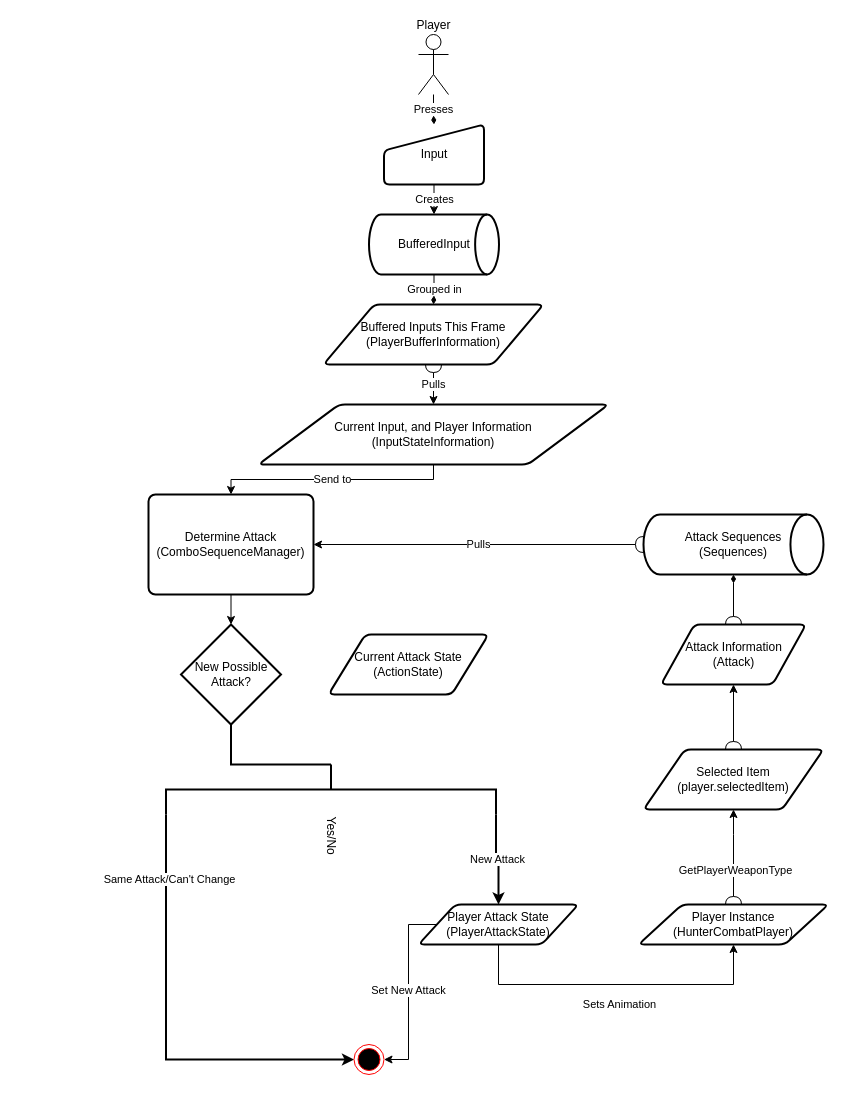
Above: AttackFlowChart.drawio in Gingerbreadman32/HunterCombatMR (draw.io), before the change. Source tidied: cells renumbered, new cells numbered last; positions are measured from the earlier drawing's top-left corner, leaving out a move shared by most shapes. Both pictures are drawn from the tidied source at 100%, with x=0, y=0 at pixel (148, 34).
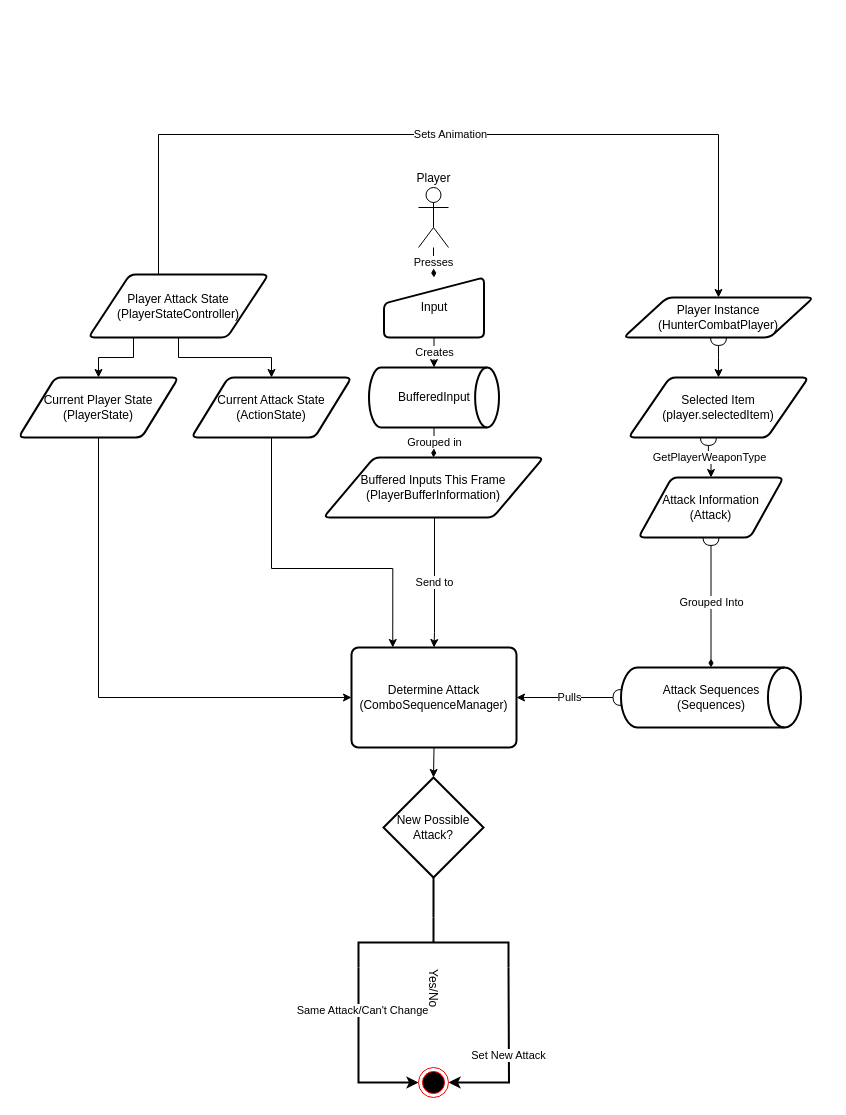
The same diagram, later.

Change to the diagram source:
```diff
@@
     <mxCell id="3" value="Player" style="shape=umlActor;verticalLabelPosition=top;verticalAlign=bottom;html=1;outlineConnect=0;labelPosition=center;align=center;" parent="1" vertex="1">
-      <mxGeometry x="270" width="30" height="60" as="geometry" />
+      <mxGeometry x="270" y="153" width="30" height="60" as="geometry" />
     </mxCell>
@@
     <mxCell id="5" value="Input" style="html=1;strokeWidth=2;shape=manualInput;whiteSpace=wrap;rounded=1;size=26;arcSize=11;" parent="1" vertex="1">
-      <mxGeometry x="235.5" y="90" width="100" height="60" as="geometry" />
+      <mxGeometry x="235.5" y="243" width="100" height="60" as="geometry" />
     </mxCell>
-    <mxCell id="6" style="edgeStyle=orthogonalEdgeStyle;rounded=0;jettySize=auto;html=1;entryX=0.5;entryY=1;entryDx=0;entryDy=0;startArrow=halfCircle;startFill=0;endArrow=classic;endFill=1;" parent="1" edge="1" source="9" target="22">
+    <mxCell id="6" value="GetPlayerWeaponType" style="edgeStyle=orthogonalEdgeStyle;rounded=0;jettySize=auto;html=1;entryX=0.5;entryY=0;entryDx=0;entryDy=0;startArrow=halfCircle;startFill=0;endArrow=classic;endFill=1;exitX=0.444;exitY=1;exitDx=0;exitDy=0;exitPerimeter=0;" parent="1" edge="1" source="9" target="22">
       <mxGeometry relative="1" as="geometry" />
     </mxCell>
-    <mxCell id="7" style="edgeStyle=orthogonalEdgeStyle;rounded=0;jettySize=auto;html=1;entryX=0.5;entryY=0;entryDx=0;entryDy=0;startArrow=classic;startFill=1;endArrow=halfCircle;endFill=0;" parent="1" edge="1" source="9" target="23">
+    <mxCell id="7" style="edgeStyle=orthogonalEdgeStyle;rounded=0;jettySize=auto;html=1;entryX=0.5;entryY=1;entryDx=0;entryDy=0;startArrow=classic;startFill=1;endArrow=halfCircle;endFill=0;exitX=0.5;exitY=0;exitDx=0;exitDy=0;" parent="1" edge="1" source="9" target="23">
       <mxGeometry relative="1" as="geometry">
         <Array as="points">
-          <mxPoint x="585" y="800" />
-          <mxPoint x="585" y="800" />
+          <mxPoint x="570" y="323" />
+          <mxPoint x="570" y="323" />
         </Array>
       </mxGeometry>
     </mxCell>
-    <mxCell id="8" value="GetPlayerWeaponType" style="edgeLabel;html=1;align=center;verticalAlign=middle;" parent="7" vertex="1">
-      <mxGeometry x="0.26" y="1" relative="1" as="geometry" />
-    </mxCell>
     <mxCell id="9" value="Selected Item&lt;br&gt;(player.selectedItem)" style="shape=parallelogram;html=1;strokeWidth=2;perimeter=parallelogramPerimeter;whiteSpace=wrap;rounded=1;arcSize=12;size=0.23;" parent="1" vertex="1">
-      <mxGeometry x="495" y="715" width="180" height="60" as="geometry" />
+      <mxGeometry x="480" y="343" width="180" height="60" as="geometry" />
     </mxCell>
@@
     <mxCell id="11" value="Attack Sequences&lt;br&gt;(Sequences)" style="strokeWidth=2;html=1;shape=mxgraph.flowchart.direct_data;whiteSpace=wrap;" parent="1" vertex="1">
-      <mxGeometry x="495" y="480" width="180" height="60" as="geometry" />
+      <mxGeometry x="472.5" y="633" width="180" height="60" as="geometry" />
     </mxCell>
@@
     <mxCell id="13" value="BufferedInput" style="strokeWidth=2;html=1;shape=mxgraph.flowchart.direct_data;whiteSpace=wrap;fontFamily=Helvetica;fontSize=12;fontColor=#000000;align=center;strokeColor=#000000;fillColor=#ffffff;" parent="1" vertex="1">
-      <mxGeometry x="220.5" y="180" width="130" height="60" as="geometry" />
+      <mxGeometry x="220.5" y="333" width="130" height="60" as="geometry" />
     </mxCell>
@@
     <mxCell id="15" value="Determine Attack&lt;br&gt;(ComboSequenceManager)" style="rounded=1;whiteSpace=wrap;html=1;absoluteArcSize=1;arcSize=14;strokeWidth=2;" parent="1" vertex="1">
-      <mxGeometry y="460" width="165" height="100" as="geometry" />
+      <mxGeometry x="203" y="613" width="165" height="100" as="geometry" />
     </mxCell>
-    <mxCell id="16" value="Sets Animation" style="edgeStyle=orthogonalEdgeStyle;rounded=0;jettySize=auto;html=1;entryX=0.5;entryY=1;entryDx=0;entryDy=0;exitX=0.5;exitY=1;exitDx=0;exitDy=0;" parent="1" edge="1" source="18" target="23">
-      <mxGeometry x="0.02" y="-20" relative="1" as="geometry">
+    <mxCell id="16" value="Sets Animation" style="edgeStyle=orthogonalEdgeStyle;rounded=0;jettySize=auto;html=1;endArrow=classic;endFill=1;strokeWidth=1;entryX=0.5;entryY=0;entryDx=0;entryDy=0;" parent="1" edge="1" source="18" target="23">
+      <mxGeometry relative="1" as="geometry">
         <Array as="points">
-          <mxPoint x="350" y="950" />
-          <mxPoint x="585" y="950" />
+          <mxPoint x="10" y="100" />
+          <mxPoint x="570" y="100" />
         </Array>
       </mxGeometry>
     </mxCell>
-    <mxCell id="17" value="Set New Attack" style="edgeStyle=orthogonalEdgeStyle;rounded=0;jettySize=auto;html=1;startArrow=none;startFill=0;endArrow=classic;endFill=1;entryX=1;entryY=0.5;entryDx=0;entryDy=0;exitX=0;exitY=0.5;exitDx=0;exitDy=0;" parent="1" edge="1" source="18" target="32">
-      <mxGeometry relative="1" as="geometry">
-        <Array as="points">
-          <mxPoint x="260" y="890" />
-          <mxPoint x="260" y="1025" />
-        </Array>
-      </mxGeometry>
-    </mxCell>
+    <mxCell id="34" style="edgeStyle=orthogonalEdgeStyle;rounded=0;jettySize=auto;html=1;entryX=0.5;entryY=0;entryDx=0;entryDy=0;endArrow=classic;endFill=1;strokeWidth=1;exitX=0.25;exitY=1;exitDx=0;exitDy=0;" parent="1" edge="1" source="18" target="38">
+      <mxGeometry relative="1" as="geometry" />
+    </mxCell>
+    <mxCell id="35" style="edgeStyle=orthogonalEdgeStyle;rounded=0;jettySize=auto;html=1;entryX=0.5;entryY=0;entryDx=0;entryDy=0;startArrow=none;startFill=0;endArrow=classic;endFill=1;strokeWidth=1;" parent="1" edge="1" source="18" target="33">
+      <mxGeometry relative="1" as="geometry" />
+    </mxCell>
-    <mxCell id="18" value="Player Attack State&lt;br&gt;(PlayerAttackState)" style="shape=parallelogram;html=1;strokeWidth=2;perimeter=parallelogramPerimeter;whiteSpace=wrap;rounded=1;arcSize=12;size=0.23;" parent="1" vertex="1">
-      <mxGeometry x="270" y="870" width="160" height="40" as="geometry" />
+    <mxCell id="18" value="Player Attack State&lt;br&gt;(PlayerStateController)" style="shape=parallelogram;html=1;strokeWidth=2;perimeter=parallelogramPerimeter;whiteSpace=wrap;rounded=1;arcSize=12;size=0.23;" parent="1" vertex="1">
+      <mxGeometry x="-60" y="240" width="180" height="63" as="geometry" />
     </mxCell>
-    <mxCell id="19" value="Pulls" style="edgeStyle=orthogonalEdgeStyle;rounded=0;jettySize=auto;html=1;endArrow=classic;endFill=1;startArrow=halfCircle;startFill=0;" parent="1" edge="1" source="20" target="31">
-      <mxGeometry relative="1" as="geometry" />
-    </mxCell>
     <mxCell id="20" value="Buffered Inputs This Frame&lt;br&gt;(PlayerBufferInformation)" style="shape=parallelogram;html=1;strokeWidth=2;perimeter=parallelogramPerimeter;whiteSpace=wrap;rounded=1;arcSize=12;size=0.23;" parent="1" vertex="1">
-      <mxGeometry x="175" y="270" width="220" height="60" as="geometry" />
+      <mxGeometry x="175" y="423" width="220" height="60" as="geometry" />
     </mxCell>
-    <mxCell id="21" style="edgeStyle=orthogonalEdgeStyle;rounded=0;jettySize=auto;html=1;entryX=0.5;entryY=1;entryDx=0;entryDy=0;entryPerimeter=0;startArrow=halfCircle;startFill=0;endArrow=diamondThin;endFill=1;" parent="1" edge="1" source="22" target="11">
+    <mxCell id="21" value="Grouped Into" style="edgeStyle=orthogonalEdgeStyle;rounded=0;jettySize=auto;html=1;entryX=0.5;entryY=0;entryDx=0;entryDy=0;entryPerimeter=0;startArrow=halfCircle;startFill=0;endArrow=diamondThin;endFill=1;exitX=0.5;exitY=1;exitDx=0;exitDy=0;" parent="1" edge="1" source="22" target="11">
       <mxGeometry relative="1" as="geometry" />
     </mxCell>
     <mxCell id="22" value="Attack Information&lt;br&gt;(Attack)" style="shape=parallelogram;html=1;strokeWidth=2;perimeter=parallelogramPerimeter;whiteSpace=wrap;rounded=1;arcSize=12;size=0.23;" parent="1" vertex="1">
-      <mxGeometry x="512.5" y="590" width="145" height="60" as="geometry" />
+      <mxGeometry x="490" y="443" width="145" height="60" as="geometry" />
     </mxCell>
     <mxCell id="23" value="Player Instance&lt;br&gt;(HunterCombatPlayer)" style="shape=parallelogram;html=1;strokeWidth=2;perimeter=parallelogramPerimeter;whiteSpace=wrap;rounded=1;arcSize=12;size=0.23;" parent="1" vertex="1">
-      <mxGeometry x="490" y="870" width="190" height="40" as="geometry" />
+      <mxGeometry x="475" y="263" width="190" height="40" as="geometry" />
     </mxCell>
-    <mxCell id="24" style="edgeStyle=orthogonalEdgeStyle;rounded=0;jettySize=auto;html=1;exitX=0.5;exitY=1;exitDx=0;exitDy=0;exitPerimeter=0;entryX=0;entryY=0.5;entryDx=0;entryDy=0;entryPerimeter=0;startArrow=none;startFill=0;endArrow=none;endFill=0;strokeWidth=2;" parent="1" edge="1" source="25" target="29">
-      <mxGeometry relative="1" as="geometry">
-        <Array as="points">
-          <mxPoint x="83" y="730" />
-          <mxPoint x="83" y="730" />
-        </Array>
-      </mxGeometry>
+    <mxCell id="24" style="edgeStyle=orthogonalEdgeStyle;rounded=0;jettySize=auto;html=1;entryX=0;entryY=0.5;entryDx=0;entryDy=0;entryPerimeter=0;strokeWidth=2;endArrow=none;endFill=0;" parent="1" edge="1" source="25" target="29">
+      <mxGeometry relative="1" as="geometry" />
     </mxCell>
     <mxCell id="25" value="New Possible Attack?" style="strokeWidth=2;html=1;shape=mxgraph.flowchart.decision;whiteSpace=wrap;" parent="1" vertex="1">
-      <mxGeometry x="32.5" y="590" width="100" height="100" as="geometry" />
+      <mxGeometry x="235" y="743" width="100" height="100" as="geometry" />
     </mxCell>
     <mxCell id="26" style="edgeStyle=orthogonalEdgeStyle;rounded=0;jettySize=auto;html=1;endArrow=classic;endFill=1;strokeWidth=2;exitX=1;exitY=1;exitDx=0;exitDy=0;exitPerimeter=0;entryX=0;entryY=0.5;entryDx=0;entryDy=0;" parent="1" edge="1" source="29" target="32">
       <mxGeometry relative="1" as="geometry">
         <Array as="points">
-          <mxPoint x="18" y="1025" />
+          <mxPoint x="210.5" y="1048" />
         </Array>
       </mxGeometry>
     </mxCell>
@@
-    <mxCell id="28" value="New Attack" style="edgeStyle=orthogonalEdgeStyle;rounded=0;jettySize=auto;html=1;exitX=1;exitY=0;exitDx=0;exitDy=0;exitPerimeter=0;entryX=0.5;entryY=0;entryDx=0;entryDy=0;startArrow=none;startFill=0;endArrow=classic;endFill=1;strokeWidth=2;" parent="1" edge="1" source="29" target="18">
-      <mxGeometry relative="1" as="geometry" />
+    <mxCell id="28" value="Set New Attack" style="edgeStyle=orthogonalEdgeStyle;rounded=0;jettySize=auto;html=1;exitX=1;exitY=0;exitDx=0;exitDy=0;exitPerimeter=0;startArrow=none;startFill=0;endArrow=classic;endFill=1;strokeWidth=2;entryX=1;entryY=0.5;entryDx=0;entryDy=0;" parent="1" edge="1" source="29" target="32">
+      <mxGeometry relative="1" as="geometry">
+        <Array as="points">
+          <mxPoint x="360.5" y="933" />
+          <mxPoint x="360.5" y="1178" />
+        </Array>
+      </mxGeometry>
     </mxCell>
     <mxCell id="29" value="Yes/No" style="strokeWidth=2;html=1;shape=mxgraph.flowchart.annotation_2;align=left;labelPosition=right;rotation=90;" parent="1" vertex="1">
-      <mxGeometry x="157.5" y="590" width="50" height="330" as="geometry" />
+      <mxGeometry x="260" y="833" width="50" height="150" as="geometry" />
     </mxCell>
-    <mxCell id="30" value="Send to" style="edgeStyle=orthogonalEdgeStyle;rounded=0;jettySize=auto;html=1;entryX=0.5;entryY=0;entryDx=0;entryDy=0;" parent="1" edge="1" source="31" target="15">
+    <mxCell id="30" value="Send to" style="edgeStyle=orthogonalEdgeStyle;rounded=0;jettySize=auto;html=1;entryX=0.5;entryY=0;entryDx=0;entryDy=0;exitX=0.5;exitY=1;exitDx=0;exitDy=0;" parent="1" edge="1" source="20" target="15">
       <mxGeometry relative="1" as="geometry">
         <Array as="points">
-          <mxPoint x="285" y="445" />
-          <mxPoint x="83" y="445" />
+          <mxPoint x="286" y="483" />
+          <mxPoint x="286" y="598" />
         </Array>
       </mxGeometry>
     </mxCell>
-    <mxCell id="31" value="Current Input, and Player Information&lt;br&gt;(InputStateInformation)" style="shape=parallelogram;html=1;strokeWidth=2;perimeter=parallelogramPerimeter;whiteSpace=wrap;rounded=1;arcSize=12;size=0.23;" parent="1" vertex="1">
-      <mxGeometry x="110" y="370" width="350" height="60" as="geometry" />
-    </mxCell>
     <mxCell id="32" style="ellipse;html=1;shape=endState;fillColor=#000000;strokeColor=#ff0000;" parent="1" vertex="1">
-      <mxGeometry x="205.5" y="1010" width="30" height="30" as="geometry" />
+      <mxGeometry x="270" y="1033" width="30" height="30" as="geometry" />
     </mxCell>
+    <mxCell id="36" style="edgeStyle=orthogonalEdgeStyle;rounded=0;jettySize=auto;html=1;entryX=0.25;entryY=0;entryDx=0;entryDy=0;startArrow=none;startFill=0;endArrow=classic;endFill=1;strokeWidth=1;" parent="1" edge="1" source="33" target="15">
+      <mxGeometry relative="1" as="geometry">
+        <Array as="points">
+          <mxPoint x="123" y="534" />
+          <mxPoint x="244" y="534" />
+        </Array>
+      </mxGeometry>
+    </mxCell>
     <mxCell id="33" value="Current Attack State&lt;br&gt;(ActionState)" style="shape=parallelogram;html=1;strokeWidth=2;perimeter=parallelogramPerimeter;whiteSpace=wrap;rounded=1;arcSize=12;size=0.23;" parent="1" vertex="1">
-      <mxGeometry x="180" y="600" width="160" height="60" as="geometry" />
+      <mxGeometry x="43" y="343" width="160" height="60" as="geometry" />
     </mxCell>
+    <mxCell id="37" style="edgeStyle=orthogonalEdgeStyle;rounded=0;jettySize=auto;html=1;startArrow=none;startFill=0;endArrow=classic;endFill=1;strokeWidth=1;entryX=0;entryY=0.5;entryDx=0;entryDy=0;" parent="1" edge="1" source="38" target="15">
+      <mxGeometry relative="1" as="geometry">
+        <Array as="points">
+          <mxPoint x="-50" y="663" />
+        </Array>
+      </mxGeometry>
+    </mxCell>
+    <mxCell id="38" value="Current Player State&lt;br&gt;(PlayerState)" style="shape=parallelogram;html=1;strokeWidth=2;perimeter=parallelogramPerimeter;whiteSpace=wrap;rounded=1;arcSize=12;size=0.23;" parent="1" vertex="1">
+      <mxGeometry x="-130" y="343" width="160" height="60" as="geometry" />
+    </mxCell>
```
